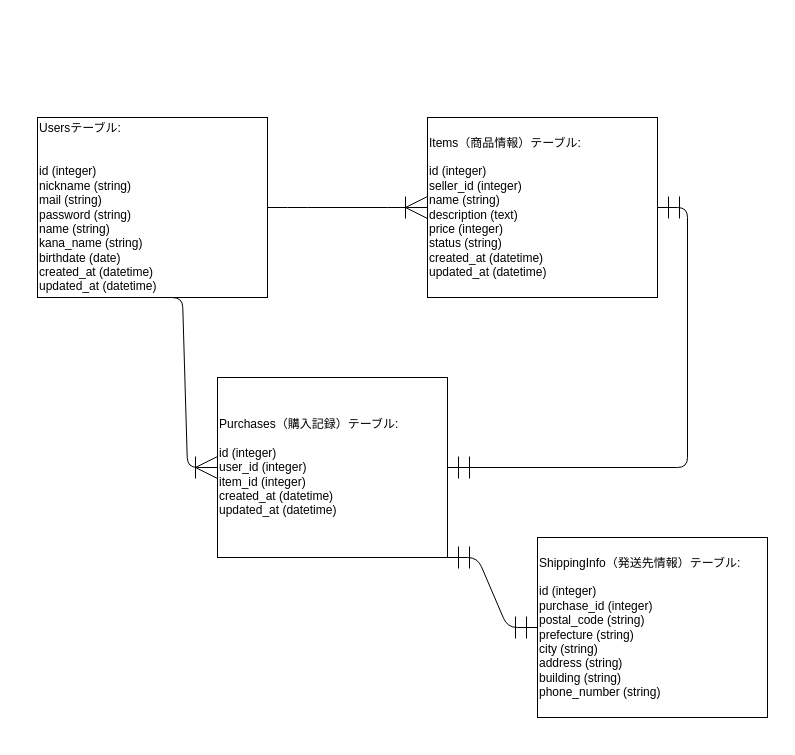
Before: FURIMA.dio in MIYATA-TAKASHI/furima-39692, a draw.io diagram. Source tidied: cells renumbered, new cells numbered last; positions are measured from the earlier drawing's top-left corner, leaving out a move shared by most shapes. Both pictures are drawn from the tidied source at 100%, with x=0, y=0 at pixel (37, 117).
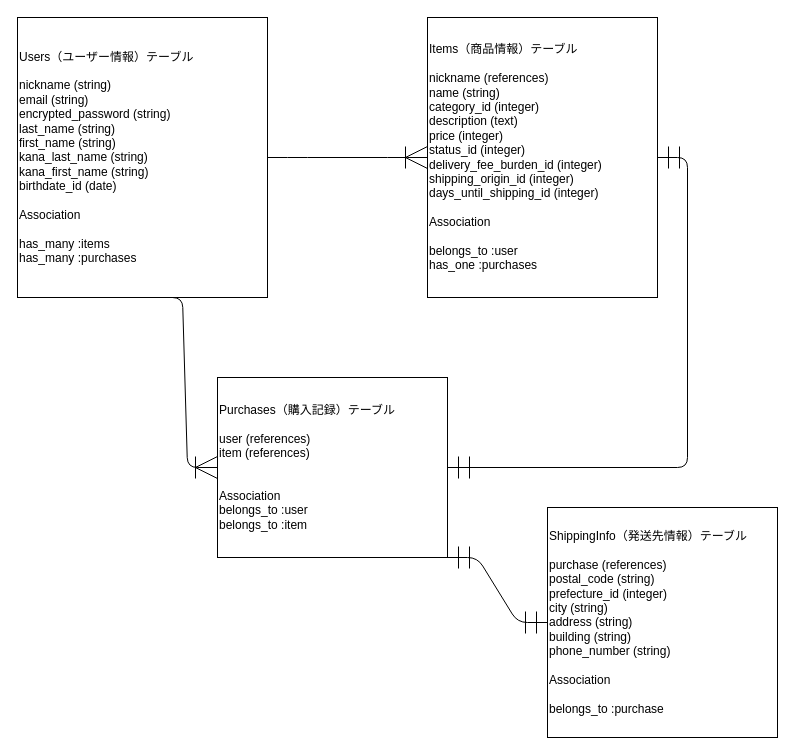
The same page after the edit.

What changed in the source:
```diff
@@
 <mxGraphModel>
   <root>
     <mxCell id="0" />
     <mxCell id="1" parent="0" />
-    <mxCell id="2" value="Usersテーブル:&lt;br&gt;&lt;br&gt;&lt;br&gt;id (integer)&lt;br&gt;nickname (string)&lt;br&gt;mail (string)&lt;br&gt;password (string)&lt;br&gt;name (string)&lt;br&gt;kana_name (string)&lt;br&gt;birthdate (date)&lt;br&gt;created_at (datetime)&lt;br&gt;updated_at (datetime)" style="rounded=0;whiteSpace=wrap;html=1;align=left;" parent="1" vertex="1">
-      <mxGeometry width="230" height="180" as="geometry" />
+    <mxCell id="2" value="&lt;div&gt;Users（ユーザー情報）テーブル&lt;/div&gt;&lt;div&gt;&lt;br&gt;&lt;/div&gt;&lt;div&gt;nickname (string)&lt;/div&gt;&lt;div&gt;email (string)&lt;/div&gt;&lt;div&gt;encrypted_password (string)&lt;/div&gt;&lt;div&gt;last_name (string)&lt;/div&gt;&lt;div&gt;first_name (string)&lt;/div&gt;&lt;div&gt;kana_last_name (string)&lt;/div&gt;&lt;div&gt;kana_first_name (string)&lt;/div&gt;&lt;div&gt;birthdate_id (date)&lt;/div&gt;&lt;div&gt;&lt;div&gt;&lt;br&gt;&lt;/div&gt;&lt;div&gt;Association&lt;/div&gt;&lt;div&gt;&lt;span style=&quot;background-color: initial;&quot;&gt;&lt;br&gt;&lt;/span&gt;&lt;/div&gt;&lt;div&gt;&lt;span style=&quot;background-color: initial;&quot;&gt;has_many :items&lt;/span&gt;&lt;br&gt;&lt;/div&gt;&lt;div&gt;has_many :purchases&lt;/div&gt;&lt;/div&gt;" style="rounded=0;whiteSpace=wrap;html=1;align=left;" parent="1" vertex="1">
+      <mxGeometry x="-20" y="-100" width="250" height="280" as="geometry" />
     </mxCell>
-    <mxCell id="3" value="&lt;div&gt;Items（商品情報）テーブル:&lt;/div&gt;&lt;div&gt;&lt;br&gt;&lt;/div&gt;&lt;div&gt;id (integer)&lt;/div&gt;&lt;div&gt;seller_id (integer)&lt;/div&gt;&lt;div&gt;name (string)&lt;/div&gt;&lt;div&gt;description (text)&lt;/div&gt;&lt;div&gt;price (integer)&lt;/div&gt;&lt;div&gt;status (string)&lt;/div&gt;&lt;div&gt;created_at (datetime)&lt;/div&gt;&lt;div&gt;updated_at (datetime)&lt;/div&gt;" style="rounded=0;whiteSpace=wrap;html=1;align=left;" parent="1" vertex="1">
-      <mxGeometry x="390" width="230" height="180" as="geometry" />
+    <mxCell id="3" value="&lt;div&gt;Items（商品情報）テーブル&lt;/div&gt;&lt;div&gt;&lt;br&gt;&lt;/div&gt;&lt;div&gt;nickname (references)&lt;/div&gt;&lt;div&gt;name (string)&lt;/div&gt;&lt;div&gt;category_id (integer)&lt;/div&gt;&lt;div&gt;description (text)&lt;/div&gt;&lt;div&gt;price (integer)&lt;/div&gt;&lt;div&gt;status_id (integer)&lt;/div&gt;&lt;div&gt;delivery_fee_burden_id (integer)&lt;/div&gt;&lt;div&gt;shipping_origin_id (integer)&lt;/div&gt;&lt;div&gt;days_until_shipping_id (integer)&lt;/div&gt;&lt;div&gt;&lt;br&gt;&lt;/div&gt;&lt;div&gt;Association&lt;/div&gt;&lt;div&gt;&lt;span style=&quot;background-color: initial;&quot;&gt;&lt;br&gt;&lt;/span&gt;&lt;/div&gt;&lt;div&gt;&lt;span style=&quot;background-color: initial;&quot;&gt;belongs_to :user&lt;/span&gt;&lt;br&gt;&lt;/div&gt;&lt;div&gt;has_one :purchases&lt;/div&gt;" style="rounded=0;whiteSpace=wrap;html=1;align=left;" parent="1" vertex="1">
+      <mxGeometry x="390" y="-100" width="230" height="280" as="geometry" />
     </mxCell>
-    <mxCell id="4" value="&lt;div&gt;Purchases（購入記録）テーブル:&lt;/div&gt;&lt;div&gt;&lt;br&gt;&lt;/div&gt;&lt;div&gt;id (integer)&lt;/div&gt;&lt;div&gt;user_id (integer)&lt;/div&gt;&lt;div&gt;item_id (integer)&lt;/div&gt;&lt;div&gt;created_at (datetime)&lt;/div&gt;&lt;div&gt;updated_at (datetime)&lt;/div&gt;" style="rounded=0;whiteSpace=wrap;html=1;align=left;" parent="1" vertex="1">
+    <mxCell id="4" value="&lt;div&gt;Purchases（購入記録）テーブル&lt;/div&gt;&lt;div&gt;&lt;br&gt;&lt;/div&gt;&lt;div&gt;user (references)&lt;/div&gt;&lt;div&gt;item (references)&lt;/div&gt;&lt;div&gt;&lt;br&gt;&lt;/div&gt;&lt;div&gt;&lt;span style=&quot;background-color: initial;&quot;&gt;&lt;br&gt;&lt;/span&gt;&lt;/div&gt;&lt;div&gt;&lt;span style=&quot;background-color: initial;&quot;&gt;Association&lt;/span&gt;&lt;br&gt;&lt;/div&gt;&lt;div&gt;&lt;span style=&quot;background-color: initial;&quot;&gt;belongs_to :user&lt;/span&gt;&lt;br&gt;&lt;/div&gt;&lt;div&gt;belongs_to :item&lt;/div&gt;" style="rounded=0;whiteSpace=wrap;html=1;align=left;" parent="1" vertex="1">
       <mxGeometry x="180" y="260" width="230" height="180" as="geometry" />
     </mxCell>
-    <mxCell id="5" value="&lt;div&gt;ShippingInfo（発送先情報）テーブル:&lt;/div&gt;&lt;div&gt;&lt;br&gt;&lt;/div&gt;&lt;div&gt;id (integer)&lt;/div&gt;&lt;div&gt;purchase_id (integer)&lt;/div&gt;&lt;div&gt;postal_code (string)&lt;/div&gt;&lt;div&gt;prefecture (string)&lt;/div&gt;&lt;div&gt;city (string)&lt;/div&gt;&lt;div&gt;address (string)&lt;/div&gt;&lt;div&gt;building (string)&lt;/div&gt;&lt;div&gt;phone_number (string)&lt;/div&gt;" style="rounded=0;whiteSpace=wrap;html=1;align=left;" parent="1" vertex="1">
-      <mxGeometry x="500" y="420" width="230" height="180" as="geometry" />
+    <mxCell id="5" value="&lt;div&gt;ShippingInfo（発送先情報）テーブル&lt;/div&gt;&lt;div&gt;&lt;br&gt;&lt;/div&gt;&lt;div&gt;purchase (references)&lt;/div&gt;&lt;div&gt;postal_code (string)&lt;/div&gt;&lt;div&gt;prefecture_id (integer)&lt;/div&gt;&lt;div&gt;city (string)&lt;/div&gt;&lt;div&gt;address (string)&lt;/div&gt;&lt;div&gt;building (string)&lt;/div&gt;&lt;div&gt;phone_number (string)&lt;/div&gt;&lt;div&gt;&lt;br&gt;&lt;/div&gt;&lt;div&gt;Association&lt;/div&gt;&lt;div&gt;&lt;span style=&quot;background-color: initial;&quot;&gt;&lt;br&gt;&lt;/span&gt;&lt;/div&gt;&lt;div&gt;&lt;span style=&quot;background-color: initial;&quot;&gt;belongs_to :purchase&lt;/span&gt;&lt;br&gt;&lt;/div&gt;" style="rounded=0;whiteSpace=wrap;html=1;align=left;" parent="1" vertex="1">
+      <mxGeometry x="510" y="390" width="230" height="230" as="geometry" />
     </mxCell>
     <mxCell id="6" style="edgeStyle=entityRelationEdgeStyle;fontSize=15;html=1;endArrow=ERoneToMany;exitX=1;exitY=0.5;exitDx=0;exitDy=0;entryX=0;entryY=0.5;entryDx=0;entryDy=0;strokeWidth=1;jumpSize=6;endSize=20;startSize=20;" parent="1" edge="1" source="2" target="3">
       <mxGeometry relative="1" as="geometry" />
     </mxCell>
     <mxCell id="7" style="edgeStyle=entityRelationEdgeStyle;fontSize=12;html=1;endArrow=ERoneToMany;strokeWidth=1;startSize=20;endSize=20;jumpSize=6;entryX=0;entryY=0.5;entryDx=0;entryDy=0;" parent="1" edge="1" target="4">
       <mxGeometry relative="1" as="geometry">
         <mxPoint x="115" y="180" as="sourcePoint" />
       </mxGeometry>
     </mxCell>
     <mxCell id="8" style="edgeStyle=entityRelationEdgeStyle;fontSize=12;html=1;endArrow=ERmandOne;startArrow=ERmandOne;strokeWidth=1;startSize=20;endSize=20;jumpSize=6;entryX=0;entryY=0.5;entryDx=0;entryDy=0;exitX=1;exitY=1;exitDx=0;exitDy=0;" parent="1" edge="1" source="4" target="5">
       <mxGeometry relative="1" as="geometry" />
     </mxCell>
     <mxCell id="9" style="edgeStyle=entityRelationEdgeStyle;fontSize=12;html=1;endArrow=ERmandOne;startArrow=ERmandOne;strokeWidth=1;startSize=20;endSize=20;jumpSize=6;exitX=1;exitY=0.5;exitDx=0;exitDy=0;" parent="1" edge="1" source="4" target="3">
       <mxGeometry relative="1" as="geometry" />
     </mxCell>
   </root>
 </mxGraphModel>
```
